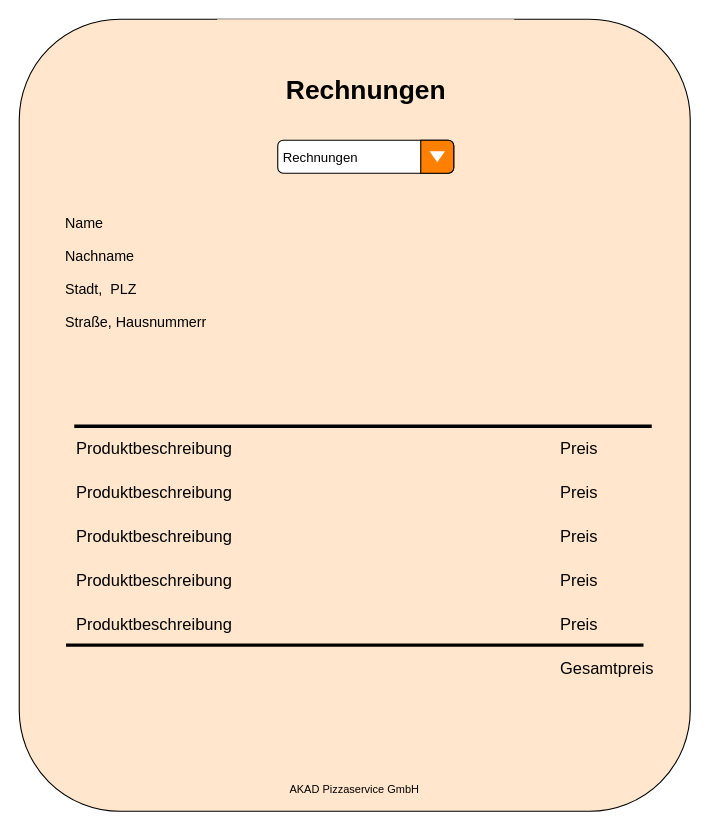
The draw.io diagram Dokumentation & planning/Mockups/receiptForm.drawio in Kaktussaft/Pizzaservice, before the edit. Source tidied: cells renumbered, new cells numbered last; positions are measured from the earlier drawing's top-left corner, leaving out a move shared by most shapes. Both pictures are drawn from the tidied source at 110%, with x=0, y=0 at pixel (19, 19).
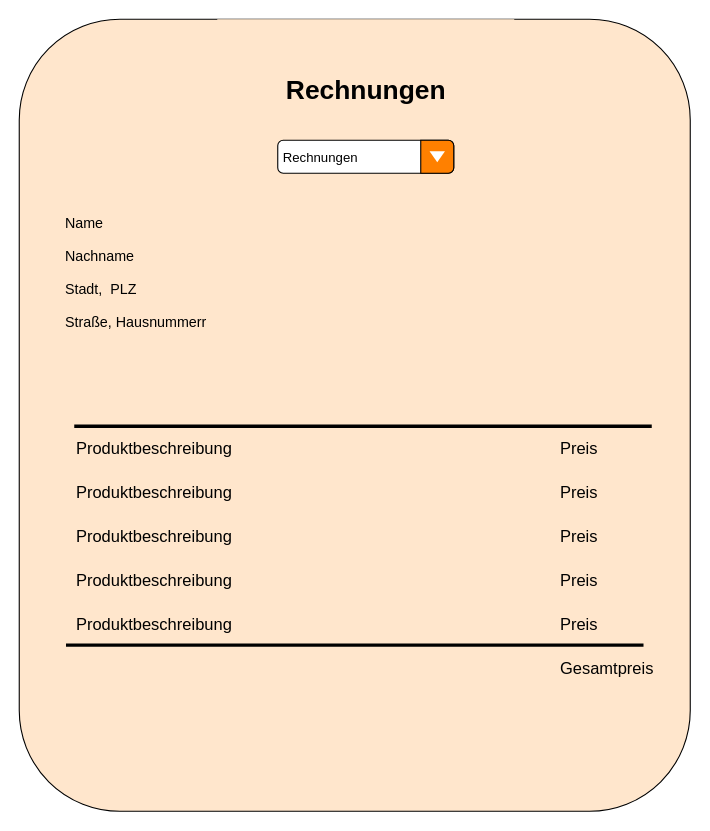
The same page after the edit.

Change to the diagram source:
```diff
@@
-    <mxCell id="18" value="&lt;font style=&quot;font-size: 10px;&quot;&gt;AKAD Pizzaservice GmbH&lt;/font&gt;" style="text;html=1;strokeColor=none;fillColor=none;align=center;verticalAlign=middle;whiteSpace=wrap;overflow=hidden;strokeWidth=0;fontColor=#000000;" parent="1" vertex="1">
-      <mxGeometry x="85" y="680" width="440" height="40" as="geometry" />
-    </mxCell>
```
